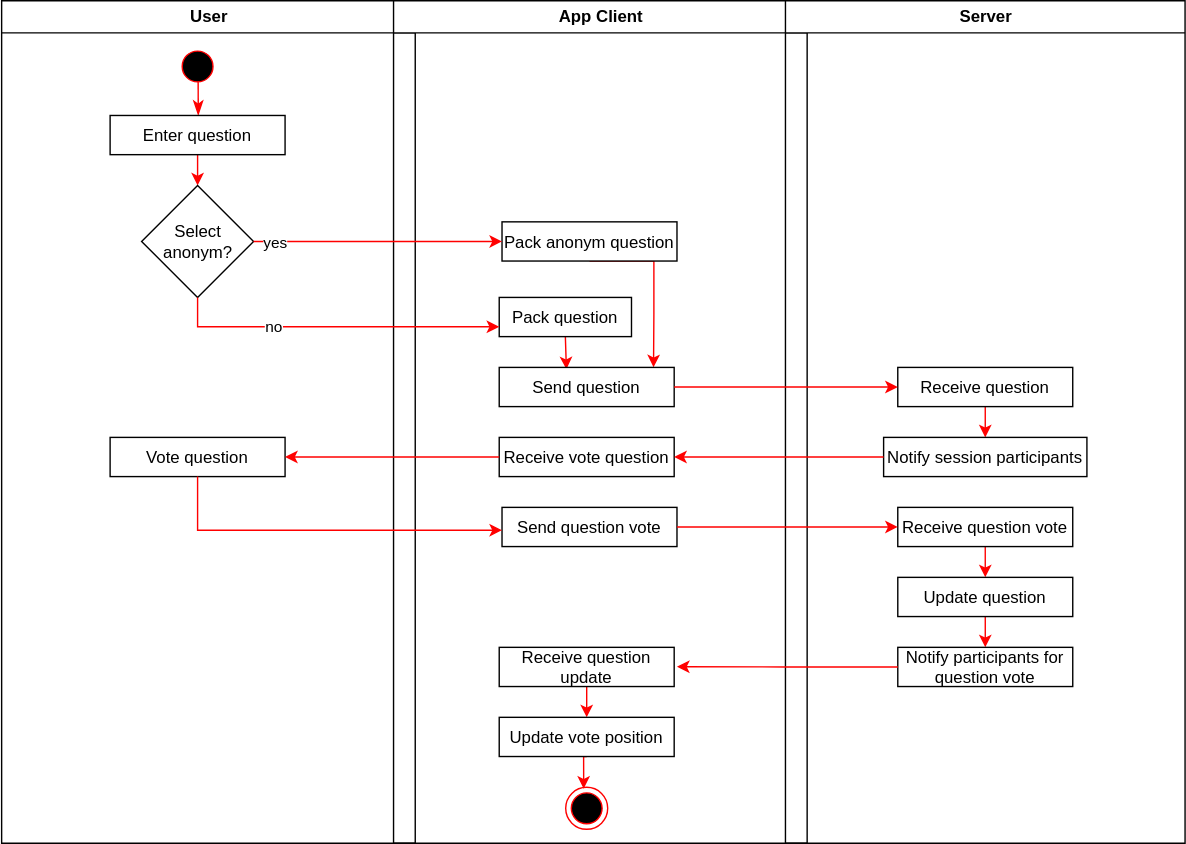
Above: use-cases/activity_diagrams/participate_in_a_session.svg in MaxiLambda/LectureFeed-Docs (draw.io), before the change. Source tidied: cells renumbered, new cells last; positions are measured from the earlier drawing's top-left corner, leaving out a move shared by most shapes. Its diagram source:
```xml
<mxGraphModel>
  <root>
    <mxCell id="0" />
    <mxCell id="1" parent="0" />
    <mxCell id="2" value="User" style="swimlane;whiteSpace=wrap;" parent="1" vertex="1">
      <mxGeometry x="0.5" width="295.5" height="602" as="geometry" />
    </mxCell>
    <mxCell id="3" style="ellipse;shape=startState;fillColor=#000000;strokeColor=#ff0000;" parent="2" vertex="1">
      <mxGeometry x="125" y="32" width="30" height="30" as="geometry" />
    </mxCell>
    <mxCell id="4" style="edgeStyle=elbowEdgeStyle;elbow=horizontal;verticalAlign=bottom;endArrow=classicThin;endSize=8;endFill=1;rounded=1;strokeColor=#FF0000;exitX=0.513;exitY=0.85;exitDx=0;exitDy=0;exitPerimeter=0;entryX=0.5;entryY=0;entryDx=0;entryDy=0;" parent="2" edge="1" source="3" target="6">
      <mxGeometry x="100" y="40" as="geometry" />
    </mxCell>
    <mxCell id="5" style="edgeStyle=orthogonalEdgeStyle;rounded=0;jettySize=auto;html=1;entryX=0.5;entryY=0;entryDx=0;entryDy=0;strokeColor=#FF0000;" parent="2" edge="1" source="6" target="7">
      <mxGeometry relative="1" as="geometry" />
    </mxCell>
    <mxCell id="6" value="Enter question" parent="2" vertex="1">
      <mxGeometry x="77.5" y="82" width="125" height="28" as="geometry" />
    </mxCell>
    <mxCell id="7" value="Select anonym?" style="rhombus;whiteSpace=wrap;html=1;" parent="2" vertex="1">
      <mxGeometry x="100" y="132" width="80" height="80" as="geometry" />
    </mxCell>
    <mxCell id="8" value="Vote question" parent="2" vertex="1">
      <mxGeometry x="77.5" y="312" width="125" height="28" as="geometry" />
    </mxCell>
    <mxCell id="9" value="App Client" style="swimlane;whiteSpace=wrap;startSize=23;" parent="1" vertex="1">
      <mxGeometry x="280.5" width="295.5" height="602" as="geometry" />
    </mxCell>
    <mxCell id="10" style="ellipse;html=1;shape=endState;fillColor=#000000;strokeColor=#ff0000;" parent="9" vertex="1">
      <mxGeometry x="123" y="562" width="30" height="30" as="geometry" />
    </mxCell>
    <mxCell id="11" style="edgeStyle=orthogonalEdgeStyle;rounded=0;jettySize=auto;html=1;exitX=0.5;exitY=1;exitDx=0;exitDy=0;entryX=0.882;entryY=-0.002;entryDx=0;entryDy=0;entryPerimeter=0;strokeColor=#FF0000;" parent="9" edge="1" source="12" target="15">
      <mxGeometry relative="1" as="geometry">
        <Array as="points">
          <mxPoint x="186" y="186" />
          <mxPoint x="186" y="224" />
        </Array>
      </mxGeometry>
    </mxCell>
    <mxCell id="12" value="Pack anonym question" parent="9" vertex="1">
      <mxGeometry x="77.5" y="158" width="125" height="28" as="geometry" />
    </mxCell>
    <mxCell id="13" style="edgeStyle=orthogonalEdgeStyle;rounded=0;jettySize=auto;html=1;exitX=0.5;exitY=1;exitDx=0;exitDy=0;entryX=0.384;entryY=0.048;entryDx=0;entryDy=0;entryPerimeter=0;strokeColor=#FF0000;" parent="9" edge="1" source="14" target="15">
      <mxGeometry relative="1" as="geometry" />
    </mxCell>
    <mxCell id="14" value="Pack question" parent="9" vertex="1">
      <mxGeometry x="75.5" y="212" width="94.5" height="28" as="geometry" />
    </mxCell>
    <mxCell id="15" value="Send question" parent="9" vertex="1">
      <mxGeometry x="75.5" y="262" width="125" height="28" as="geometry" />
    </mxCell>
    <mxCell id="16" value="Receive vote question" parent="9" vertex="1">
      <mxGeometry x="75.5" y="312" width="125" height="28" as="geometry" />
    </mxCell>
    <mxCell id="17" value="Send question vote" parent="9" vertex="1">
      <mxGeometry x="77.5" y="362" width="125" height="28" as="geometry" />
    </mxCell>
    <mxCell id="18" style="edgeStyle=orthogonalEdgeStyle;rounded=0;jettySize=auto;html=1;exitX=0.5;exitY=1;exitDx=0;exitDy=0;entryX=0.5;entryY=0;entryDx=0;entryDy=0;strokeColor=#FF0000;" parent="9" edge="1" source="19" target="21">
      <mxGeometry relative="1" as="geometry" />
    </mxCell>
    <mxCell id="19" value="Receive question &#10;update" parent="9" vertex="1">
      <mxGeometry x="75.5" y="462" width="125" height="28" as="geometry" />
    </mxCell>
    <mxCell id="20" style="edgeStyle=orthogonalEdgeStyle;rounded=0;jettySize=auto;html=1;exitX=0.5;exitY=1;exitDx=0;exitDy=0;entryX=0.428;entryY=0.035;entryDx=0;entryDy=0;entryPerimeter=0;strokeColor=#FF0000;" parent="9" edge="1" source="21" target="10">
      <mxGeometry relative="1" as="geometry">
        <Array as="points">
          <mxPoint x="136" y="540" />
        </Array>
      </mxGeometry>
    </mxCell>
    <mxCell id="21" value="Update vote position" parent="9" vertex="1">
      <mxGeometry x="75.5" y="512" width="125" height="28" as="geometry" />
    </mxCell>
    <mxCell id="22" value="Server" style="swimlane;whiteSpace=wrap;startSize=23;" parent="1" vertex="1">
      <mxGeometry x="560.5" width="285.5" height="602" as="geometry" />
    </mxCell>
    <mxCell id="23" style="edgeStyle=orthogonalEdgeStyle;rounded=0;jettySize=auto;html=1;exitX=0.5;exitY=1;exitDx=0;exitDy=0;entryX=0.5;entryY=0;entryDx=0;entryDy=0;strokeColor=#FF0000;" parent="22" edge="1" source="24" target="25">
      <mxGeometry relative="1" as="geometry" />
    </mxCell>
    <mxCell id="24" value="Receive question" parent="22" vertex="1">
      <mxGeometry x="80.2" y="262" width="125" height="28" as="geometry" />
    </mxCell>
    <mxCell id="25" value="Notify session participants" parent="22" vertex="1">
      <mxGeometry x="70.1" y="312" width="145.2" height="28" as="geometry" />
    </mxCell>
    <mxCell id="26" style="edgeStyle=orthogonalEdgeStyle;rounded=0;jettySize=auto;html=1;exitX=0.5;exitY=1;exitDx=0;exitDy=0;entryX=0.5;entryY=0;entryDx=0;entryDy=0;strokeColor=#FF0000;" parent="22" edge="1" source="27" target="29">
      <mxGeometry relative="1" as="geometry" />
    </mxCell>
    <mxCell id="27" value="Receive question vote" parent="22" vertex="1">
      <mxGeometry x="80.2" y="362" width="125" height="28" as="geometry" />
    </mxCell>
    <mxCell id="28" style="edgeStyle=orthogonalEdgeStyle;rounded=0;jettySize=auto;html=1;exitX=0.5;exitY=1;exitDx=0;exitDy=0;entryX=0.5;entryY=0;entryDx=0;entryDy=0;strokeColor=#FF0000;" parent="22" edge="1" source="29" target="30">
      <mxGeometry relative="1" as="geometry" />
    </mxCell>
    <mxCell id="29" value="Update question" parent="22" vertex="1">
      <mxGeometry x="80.3" y="412" width="125" height="28" as="geometry" />
    </mxCell>
    <mxCell id="30" value="Notify participants for&#10;question vote" parent="22" vertex="1">
      <mxGeometry x="80.3" y="462" width="125" height="28" as="geometry" />
    </mxCell>
    <mxCell id="31" style="edgeStyle=orthogonalEdgeStyle;rounded=0;jettySize=auto;html=1;exitX=1;exitY=0.5;exitDx=0;exitDy=0;entryX=0;entryY=0.5;entryDx=0;entryDy=0;strokeColor=#FF0000;" parent="1" edge="1" source="7" target="12">
      <mxGeometry relative="1" as="geometry" />
    </mxCell>
    <mxCell id="32" value="yes" style="edgeLabel;html=1;align=center;verticalAlign=middle;" parent="31" vertex="1">
      <mxGeometry x="-0.83" relative="1" as="geometry" />
    </mxCell>
    <mxCell id="33" style="edgeStyle=orthogonalEdgeStyle;rounded=0;jettySize=auto;html=1;exitX=0.5;exitY=1;exitDx=0;exitDy=0;entryX=0;entryY=0.75;entryDx=0;entryDy=0;strokeColor=#FF0000;" parent="1" edge="1" source="7" target="14">
      <mxGeometry relative="1" as="geometry" />
    </mxCell>
    <mxCell id="34" value="no" style="edgeLabel;html=1;align=center;verticalAlign=middle;" parent="33" vertex="1">
      <mxGeometry x="-0.37" y="1" relative="1" as="geometry" />
    </mxCell>
    <mxCell id="35" style="edgeStyle=orthogonalEdgeStyle;rounded=0;jettySize=auto;html=1;exitX=1;exitY=0.5;exitDx=0;exitDy=0;entryX=0;entryY=0.5;entryDx=0;entryDy=0;strokeColor=#FF0000;" parent="1" edge="1" source="15" target="24">
      <mxGeometry relative="1" as="geometry" />
    </mxCell>
    <mxCell id="36" style="edgeStyle=orthogonalEdgeStyle;rounded=0;jettySize=auto;html=1;exitX=0;exitY=0.5;exitDx=0;exitDy=0;entryX=1;entryY=0.5;entryDx=0;entryDy=0;strokeColor=#FF0000;" parent="1" edge="1" source="25" target="16">
      <mxGeometry relative="1" as="geometry" />
    </mxCell>
    <mxCell id="37" style="edgeStyle=orthogonalEdgeStyle;rounded=0;jettySize=auto;html=1;exitX=0;exitY=0.5;exitDx=0;exitDy=0;entryX=1;entryY=0.5;entryDx=0;entryDy=0;strokeColor=#FF0000;" parent="1" edge="1" source="16" target="8">
      <mxGeometry relative="1" as="geometry" />
    </mxCell>
    <mxCell id="38" style="edgeStyle=orthogonalEdgeStyle;rounded=0;jettySize=auto;html=1;exitX=0.5;exitY=1;exitDx=0;exitDy=0;entryX=0;entryY=0.583;entryDx=0;entryDy=0;entryPerimeter=0;strokeColor=#FF0000;" parent="1" edge="1" source="8" target="17">
      <mxGeometry relative="1" as="geometry" />
    </mxCell>
    <mxCell id="39" style="edgeStyle=orthogonalEdgeStyle;rounded=0;jettySize=auto;html=1;exitX=1;exitY=0.5;exitDx=0;exitDy=0;entryX=0;entryY=0.5;entryDx=0;entryDy=0;strokeColor=#FF0000;" parent="1" edge="1" source="17" target="27">
      <mxGeometry relative="1" as="geometry" />
    </mxCell>
    <mxCell id="40" style="edgeStyle=orthogonalEdgeStyle;rounded=0;jettySize=auto;html=1;exitX=0;exitY=0.5;exitDx=0;exitDy=0;entryX=1.016;entryY=0.494;entryDx=0;entryDy=0;entryPerimeter=0;strokeColor=#FF0000;" parent="1" edge="1" source="30" target="19">
      <mxGeometry relative="1" as="geometry" />
    </mxCell>
  </root>
</mxGraphModel>
```
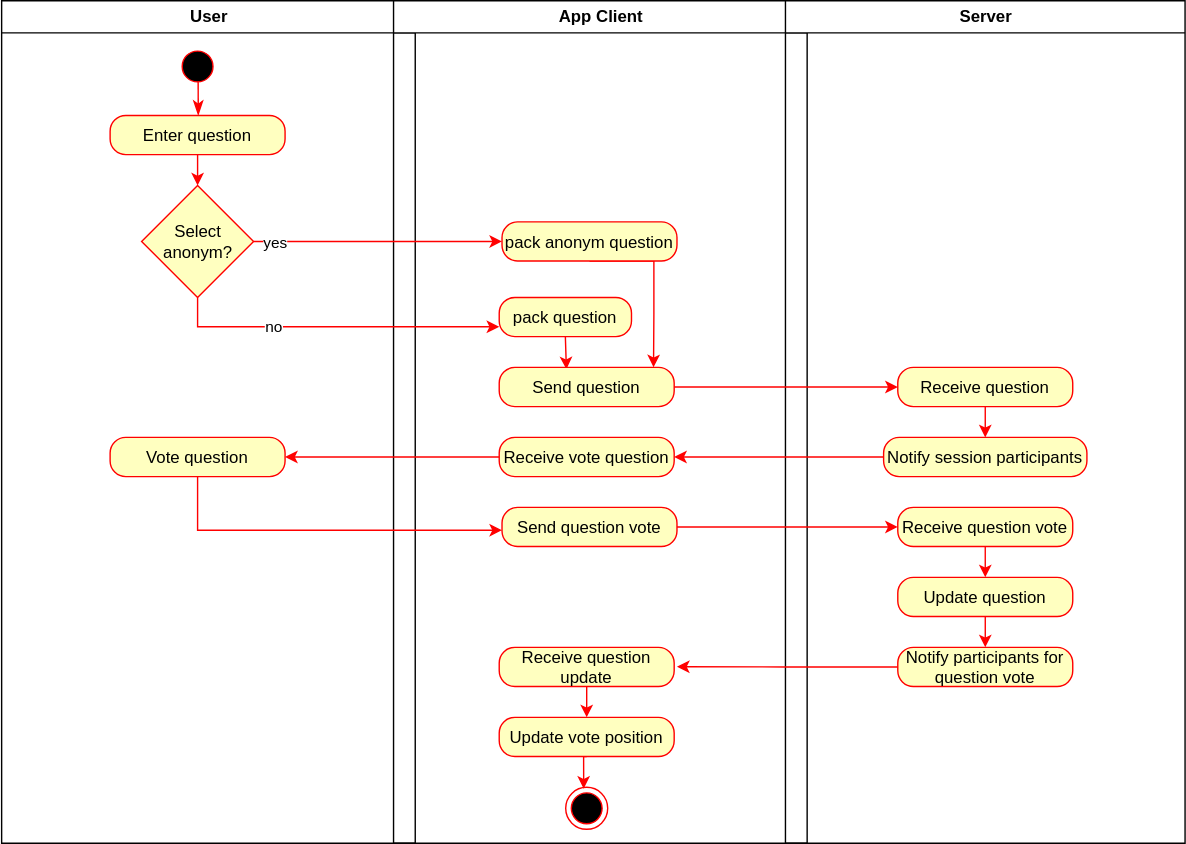
The same diagram one commit later.

Change to the diagram source:
```diff
@@ -14,13 +14,13 @@
     <mxCell id="5" style="edgeStyle=orthogonalEdgeStyle;rounded=0;jettySize=auto;html=1;entryX=0.5;entryY=0;entryDx=0;entryDy=0;strokeColor=#FF0000;" parent="2" edge="1" source="6" target="7">
       <mxGeometry relative="1" as="geometry" />
     </mxCell>
-    <mxCell id="6" value="Enter question" parent="2" vertex="1">
+    <mxCell id="6" value="Enter question" style="rounded=1;fontColor=#000000;strokeColor=#ff0000;fillColor=#ffffc0;arcSize=40;" parent="2" vertex="1">
       <mxGeometry x="77.5" y="82" width="125" height="28" as="geometry" />
     </mxCell>
-    <mxCell id="7" value="Select anonym?" style="rhombus;whiteSpace=wrap;html=1;" parent="2" vertex="1">
+    <mxCell id="7" value="Select anonym?" style="rhombus;whiteSpace=wrap;html=1;strokeColor=#ff0000;fillColor=#ffffc0;" parent="2" vertex="1">
       <mxGeometry x="100" y="132" width="80" height="80" as="geometry" />
     </mxCell>
-    <mxCell id="8" value="Vote question" parent="2" vertex="1">
+    <mxCell id="8" value="Vote question" style="rounded=1;fontColor=#000000;strokeColor=#ff0000;fillColor=#ffffc0;arcSize=40;" parent="2" vertex="1">
       <mxGeometry x="77.5" y="312" width="125" height="28" as="geometry" />
     </mxCell>
     <mxCell id="9" value="App Client" style="swimlane;whiteSpace=wrap;startSize=23;" parent="1" vertex="1">
@@ -37,28 +37,28 @@
         </Array>
       </mxGeometry>
     </mxCell>
-    <mxCell id="12" value="Pack anonym question" parent="9" vertex="1">
+    <mxCell id="12" value="pack anonym question" style="rounded=1;fontColor=#000000;strokeColor=#ff0000;fillColor=#ffffc0;arcSize=40;" parent="9" vertex="1">
       <mxGeometry x="77.5" y="158" width="125" height="28" as="geometry" />
     </mxCell>
     <mxCell id="13" style="edgeStyle=orthogonalEdgeStyle;rounded=0;jettySize=auto;html=1;exitX=0.5;exitY=1;exitDx=0;exitDy=0;entryX=0.384;entryY=0.048;entryDx=0;entryDy=0;entryPerimeter=0;strokeColor=#FF0000;" parent="9" edge="1" source="14" target="15">
       <mxGeometry relative="1" as="geometry" />
     </mxCell>
-    <mxCell id="14" value="Pack question" parent="9" vertex="1">
+    <mxCell id="14" value="pack question" style="rounded=1;fontColor=#000000;strokeColor=#ff0000;fillColor=#ffffc0;arcSize=40;" parent="9" vertex="1">
       <mxGeometry x="75.5" y="212" width="94.5" height="28" as="geometry" />
     </mxCell>
-    <mxCell id="15" value="Send question" parent="9" vertex="1">
+    <mxCell id="15" value="Send question" style="rounded=1;fontColor=#000000;strokeColor=#ff0000;fillColor=#ffffc0;arcSize=40;" parent="9" vertex="1">
       <mxGeometry x="75.5" y="262" width="125" height="28" as="geometry" />
     </mxCell>
-    <mxCell id="16" value="Receive vote question" parent="9" vertex="1">
+    <mxCell id="16" value="Receive vote question" style="rounded=1;fontColor=#000000;strokeColor=#ff0000;fillColor=#ffffc0;arcSize=40;" parent="9" vertex="1">
       <mxGeometry x="75.5" y="312" width="125" height="28" as="geometry" />
     </mxCell>
-    <mxCell id="17" value="Send question vote" parent="9" vertex="1">
+    <mxCell id="17" value="Send question vote" style="rounded=1;fontColor=#000000;strokeColor=#ff0000;fillColor=#ffffc0;arcSize=40;" parent="9" vertex="1">
       <mxGeometry x="77.5" y="362" width="125" height="28" as="geometry" />
     </mxCell>
     <mxCell id="18" style="edgeStyle=orthogonalEdgeStyle;rounded=0;jettySize=auto;html=1;exitX=0.5;exitY=1;exitDx=0;exitDy=0;entryX=0.5;entryY=0;entryDx=0;entryDy=0;strokeColor=#FF0000;" parent="9" edge="1" source="19" target="21">
       <mxGeometry relative="1" as="geometry" />
     </mxCell>
-    <mxCell id="19" value="Receive question &#10;update" parent="9" vertex="1">
+    <mxCell id="19" value="Receive question &#10;update" style="rounded=1;fontColor=#000000;strokeColor=#ff0000;fillColor=#ffffc0;arcSize=40;" parent="9" vertex="1">
       <mxGeometry x="75.5" y="462" width="125" height="28" as="geometry" />
     </mxCell>
     <mxCell id="20" style="edgeStyle=orthogonalEdgeStyle;rounded=0;jettySize=auto;html=1;exitX=0.5;exitY=1;exitDx=0;exitDy=0;entryX=0.428;entryY=0.035;entryDx=0;entryDy=0;entryPerimeter=0;strokeColor=#FF0000;" parent="9" edge="1" source="21" target="10">
@@ -68,7 +68,7 @@
         </Array>
       </mxGeometry>
     </mxCell>
-    <mxCell id="21" value="Update vote position" parent="9" vertex="1">
+    <mxCell id="21" value="Update vote position" style="rounded=1;fontColor=#000000;strokeColor=#ff0000;fillColor=#ffffc0;arcSize=40;" parent="9" vertex="1">
       <mxGeometry x="75.5" y="512" width="125" height="28" as="geometry" />
     </mxCell>
     <mxCell id="22" value="Server" style="swimlane;whiteSpace=wrap;startSize=23;" parent="1" vertex="1">
@@ -77,25 +77,25 @@
     <mxCell id="23" style="edgeStyle=orthogonalEdgeStyle;rounded=0;jettySize=auto;html=1;exitX=0.5;exitY=1;exitDx=0;exitDy=0;entryX=0.5;entryY=0;entryDx=0;entryDy=0;strokeColor=#FF0000;" parent="22" edge="1" source="24" target="25">
       <mxGeometry relative="1" as="geometry" />
     </mxCell>
-    <mxCell id="24" value="Receive question" parent="22" vertex="1">
+    <mxCell id="24" value="Receive question" style="rounded=1;fontColor=#000000;strokeColor=#ff0000;fillColor=#ffffc0;arcSize=40;" parent="22" vertex="1">
       <mxGeometry x="80.2" y="262" width="125" height="28" as="geometry" />
     </mxCell>
-    <mxCell id="25" value="Notify session participants" parent="22" vertex="1">
+    <mxCell id="25" value="Notify session participants" style="rounded=1;fontColor=#000000;strokeColor=#ff0000;fillColor=#ffffc0;arcSize=40;" parent="22" vertex="1">
       <mxGeometry x="70.1" y="312" width="145.2" height="28" as="geometry" />
     </mxCell>
     <mxCell id="26" style="edgeStyle=orthogonalEdgeStyle;rounded=0;jettySize=auto;html=1;exitX=0.5;exitY=1;exitDx=0;exitDy=0;entryX=0.5;entryY=0;entryDx=0;entryDy=0;strokeColor=#FF0000;" parent="22" edge="1" source="27" target="29">
       <mxGeometry relative="1" as="geometry" />
     </mxCell>
-    <mxCell id="27" value="Receive question vote" parent="22" vertex="1">
+    <mxCell id="27" value="Receive question vote" style="rounded=1;fontColor=#000000;strokeColor=#ff0000;fillColor=#ffffc0;arcSize=40;" parent="22" vertex="1">
       <mxGeometry x="80.2" y="362" width="125" height="28" as="geometry" />
     </mxCell>
     <mxCell id="28" style="edgeStyle=orthogonalEdgeStyle;rounded=0;jettySize=auto;html=1;exitX=0.5;exitY=1;exitDx=0;exitDy=0;entryX=0.5;entryY=0;entryDx=0;entryDy=0;strokeColor=#FF0000;" parent="22" edge="1" source="29" target="30">
       <mxGeometry relative="1" as="geometry" />
     </mxCell>
-    <mxCell id="29" value="Update question" parent="22" vertex="1">
+    <mxCell id="29" value="Update question" style="rounded=1;fontColor=#000000;strokeColor=#ff0000;fillColor=#ffffc0;arcSize=40;" parent="22" vertex="1">
       <mxGeometry x="80.3" y="412" width="125" height="28" as="geometry" />
     </mxCell>
-    <mxCell id="30" value="Notify participants for&#10;question vote" parent="22" vertex="1">
+    <mxCell id="30" value="Notify participants for&#10;question vote" style="rounded=1;fontColor=#000000;strokeColor=#ff0000;fillColor=#ffffc0;arcSize=40;" parent="22" vertex="1">
       <mxGeometry x="80.3" y="462" width="125" height="28" as="geometry" />
     </mxCell>
     <mxCell id="31" style="edgeStyle=orthogonalEdgeStyle;rounded=0;jettySize=auto;html=1;exitX=1;exitY=0.5;exitDx=0;exitDy=0;entryX=0;entryY=0.5;entryDx=0;entryDy=0;strokeColor=#FF0000;" parent="1" edge="1" source="7" target="12">
```
